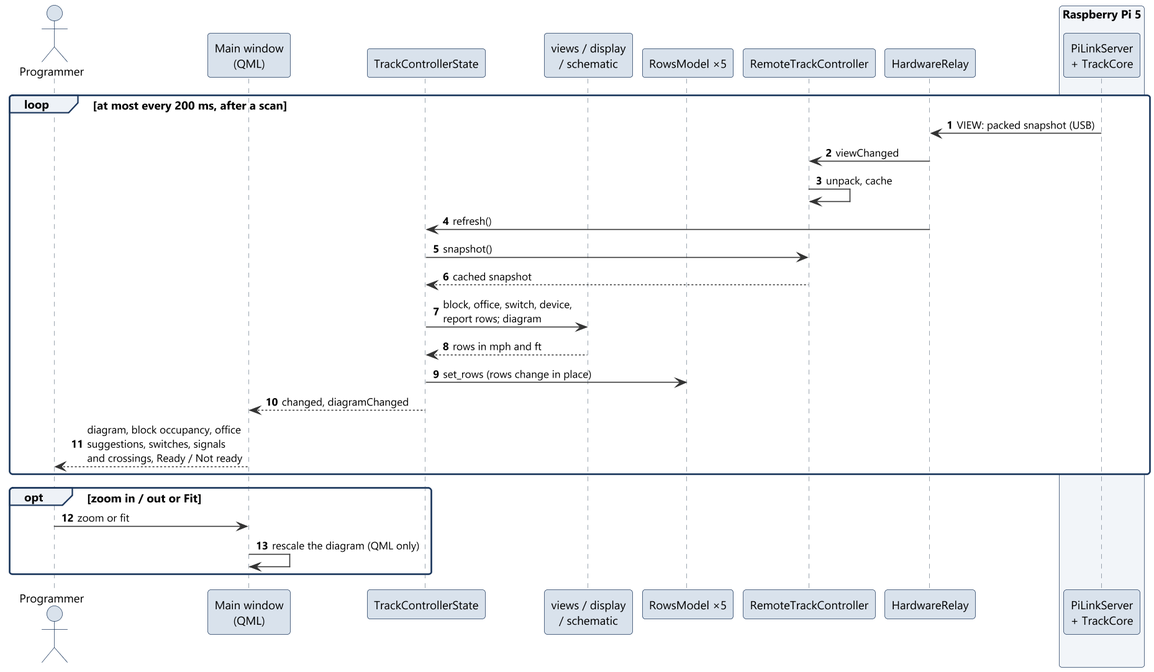
The PlantUML diagram documents/uml/track_ctrl_hw/sd04_monitor.png in Landiss04/Track-Overflow, before a commit.
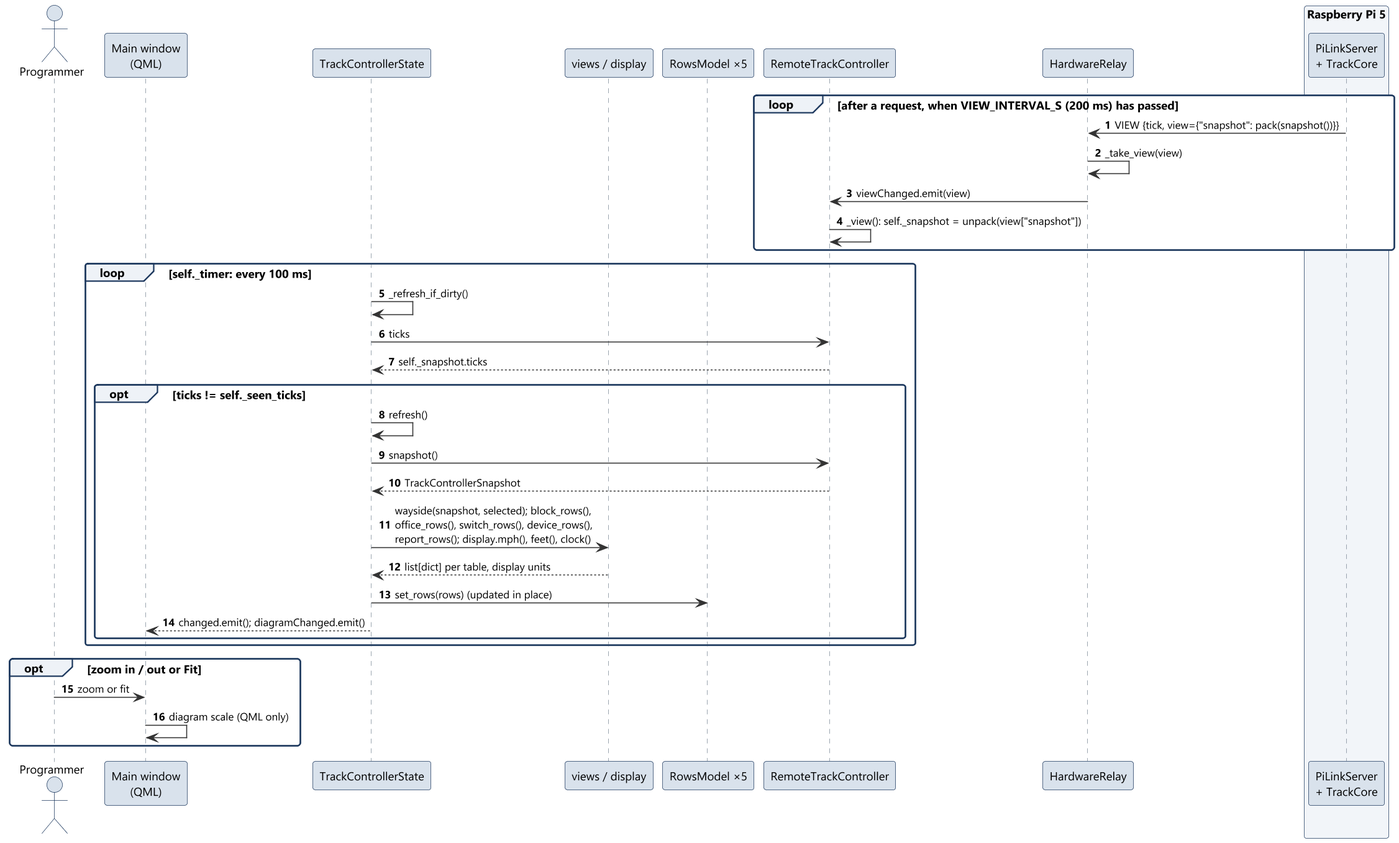
After the change.

The edit, as a diff of the source:
```diff
@@ -5,7 +5,7 @@
 actor Programmer as P
 participant "Main window\n(QML)" as QML
 participant "TrackControllerState" as State
-participant "views / display\n/ schematic" as Views
+participant "views / display" as Views
 participant "RowsModel ×5" as Rows
 participant "RemoteTrackController" as Remote
 participant "HardwareRelay" as Relay
@@ -13,21 +13,28 @@
 participant "PiLinkServer\n+ TrackCore" as Pi
 end box
 
-loop at most every 200 ms, after a scan
-  Pi -> Relay : VIEW: packed snapshot (USB)
-  Relay -> Remote : viewChanged
-  Remote -> Remote : unpack, cache
-  Relay -> State : refresh()
-  State -> Remote : snapshot()
-  Remote --> State : cached snapshot
-  State -> Views : block, office, switch, device,\nreport rows; diagram
-  Views --> State : rows in mph and ft
-  State -> Rows : set_rows (rows change in place)
-  State --> QML : changed, diagramChanged
-  QML --> P : diagram, block occupancy, office\nsuggestions, switches, signals\nand crossings, Ready / Not ready
+loop after a request, when VIEW_INTERVAL_S (200 ms) has passed
+  Pi -> Relay : VIEW {tick, view={"snapshot": pack(snapshot())}}
+  Relay -> Relay : _take_view(view)
+  Relay -> Remote : viewChanged.emit(view)
+  Remote -> Remote : _view(): self._snapshot = unpack(view["snapshot"])
+end
+loop self._timer: every 100 ms
+  State -> State : _refresh_if_dirty()
+  State -> Remote : ticks
+  Remote --> State : self._snapshot.ticks
+  opt ticks != self._seen_ticks
+    State -> State : refresh()
+    State -> Remote : snapshot()
+    Remote --> State : TrackControllerSnapshot
+    State -> Views : wayside(snapshot, selected); block_rows(),\noffice_rows(), switch_rows(), device_rows(),\nreport_rows(); display.mph(), feet(), clock()
+    Views --> State : list[dict] per table, display units
+    State -> Rows : set_rows(rows) (updated in place)
+    State --> QML : changed.emit(); diagramChanged.emit()
+  end
 end
 opt zoom in / out or **Fit**
   P -> QML : zoom or fit
-  QML -> QML : rescale the diagram (QML only)
+  QML -> QML : diagram scale (QML only)
 end
 @enduml
```
